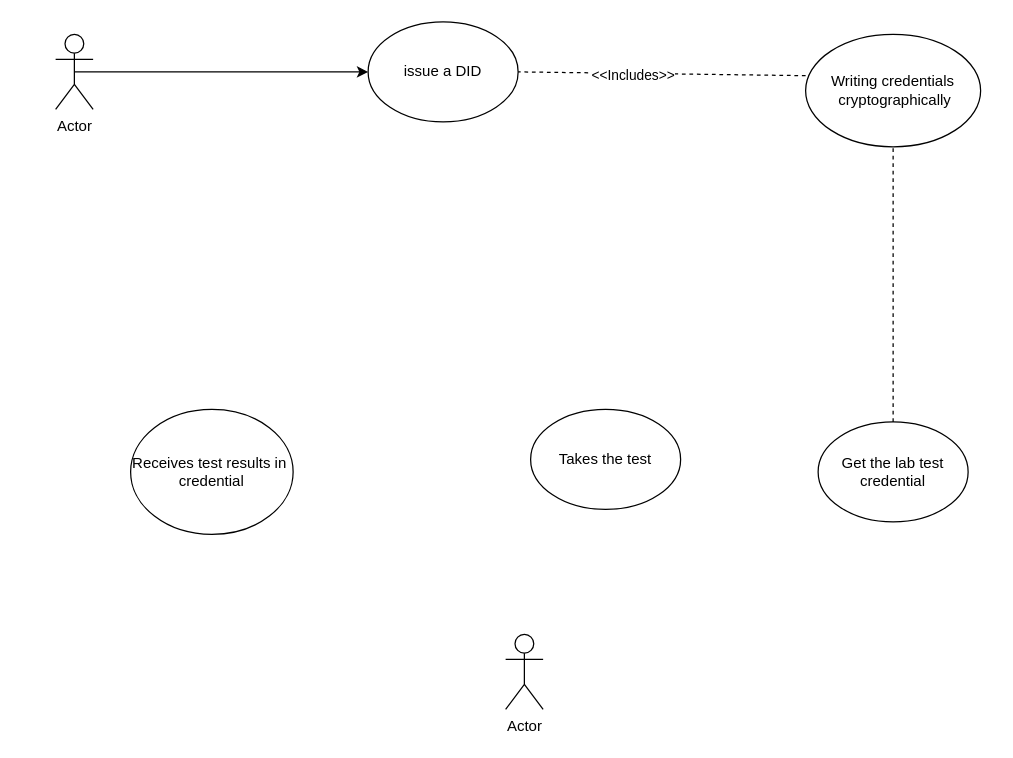
This is Untitled Diagram.drawio from danielmulangu/Equation, a draw.io file, before an edit. Source tidied: cells renumbered, new cells numbered last; positions are measured from the earlier drawing's top-left corner, leaving out a move shared by most shapes. Both pictures are drawn from the tidied source at 125%, with x=0, y=0 at pixel (55, 21).
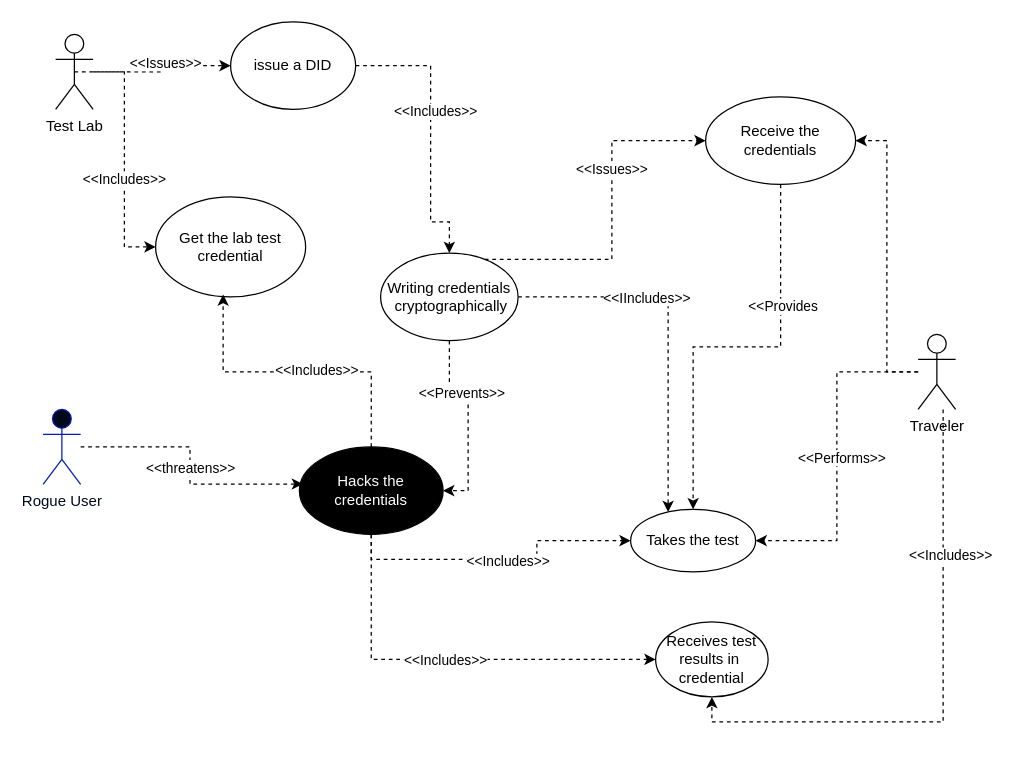
The same page after the edit.

Diff of the diagram source:
```diff
@@
-    <mxCell id="2" style="edgeStyle=orthogonalEdgeStyle;rounded=0;jettySize=auto;html=1;exitX=0.5;exitY=0.5;exitDx=0;exitDy=0;exitPerimeter=0;" parent="1" edge="1" source="3" target="4">
+    <mxCell id="2" style="edgeStyle=orthogonalEdgeStyle;rounded=0;jettySize=auto;html=1;exitX=0.5;exitY=0.5;exitDx=0;exitDy=0;exitPerimeter=0;dashed=1;" parent="1" edge="1" source="3" target="4">
       <mxGeometry relative="1" as="geometry" />
     </mxCell>
+    <mxCell id="13" value="&amp;lt;&amp;lt;Issues&amp;gt;&amp;gt;" style="edgeLabel;html=1;align=center;verticalAlign=middle;" parent="2" vertex="1">
+      <mxGeometry x="0.18" y="3" relative="1" as="geometry" />
+    </mxCell>
+    <mxCell id="14" style="edgeStyle=orthogonalEdgeStyle;rounded=0;jettySize=auto;html=1;entryX=0;entryY=0.5;entryDx=0;entryDy=0;dashed=1;" parent="1" edge="1" source="3" target="9">
+      <mxGeometry relative="1" as="geometry" />
+    </mxCell>
+    <mxCell id="15" value="&amp;lt;&amp;lt;Includes&amp;gt;&amp;gt;" style="edgeLabel;html=1;align=center;verticalAlign=middle;" parent="14" vertex="1">
+      <mxGeometry x="0.16" y="-1" relative="1" as="geometry" />
+    </mxCell>
-    <mxCell id="3" value="Actor" style="shape=umlActor;verticalLabelPosition=bottom;verticalAlign=top;html=1;outlineConnect=0;" parent="1" vertex="1">
+    <mxCell id="3" value="Test Lab" style="shape=umlActor;verticalLabelPosition=bottom;verticalAlign=top;html=1;outlineConnect=0;" parent="1" vertex="1">
       <mxGeometry y="10" width="30" height="60" as="geometry" />
     </mxCell>
     <mxCell id="4" value="issue a DID" style="ellipse;whiteSpace=wrap;html=1;" parent="1" vertex="1">
-      <mxGeometry x="250" width="120" height="80" as="geometry" />
+      <mxGeometry x="140" width="100" height="70" as="geometry" />
     </mxCell>
+    <mxCell id="16" style="edgeStyle=orthogonalEdgeStyle;rounded=0;jettySize=auto;html=1;entryX=1;entryY=0.5;entryDx=0;entryDy=0;dashed=1;" parent="1" edge="1" source="5" target="10">
+      <mxGeometry relative="1" as="geometry" />
+    </mxCell>
+    <mxCell id="17" value="&amp;lt;&amp;lt;Performs&amp;gt;&amp;gt;" style="edgeLabel;html=1;align=center;verticalAlign=middle;" parent="16" vertex="1">
+      <mxGeometry y="3" relative="1" as="geometry" />
+    </mxCell>
+    <mxCell id="18" style="edgeStyle=orthogonalEdgeStyle;rounded=0;jettySize=auto;html=1;entryX=0.5;entryY=1;entryDx=0;entryDy=0;dashed=1;" parent="1" edge="1" source="5" target="11">
+      <mxGeometry relative="1" as="geometry">
+        <Array as="points">
+          <mxPoint x="710" y="560" />
+          <mxPoint x="525" y="560" />
+        </Array>
+      </mxGeometry>
+    </mxCell>
+    <mxCell id="19" value="&amp;lt;&amp;lt;Includes&amp;gt;&amp;gt;" style="edgeLabel;html=1;align=center;verticalAlign=middle;" parent="18" vertex="1">
+      <mxGeometry x="-0.49" y="5" relative="1" as="geometry" />
+    </mxCell>
+    <mxCell id="20" style="edgeStyle=orthogonalEdgeStyle;rounded=0;jettySize=auto;html=1;entryX=1;entryY=0.5;entryDx=0;entryDy=0;dashed=1;" parent="1" edge="1" source="5" target="40">
+      <mxGeometry relative="1" as="geometry" />
+    </mxCell>
-    <mxCell id="5" value="Actor" style="shape=umlActor;verticalLabelPosition=bottom;verticalAlign=top;html=1;outlineConnect=0;" parent="1" vertex="1">
-      <mxGeometry x="360" y="490" width="30" height="60" as="geometry" />
+    <mxCell id="5" value="Traveler" style="shape=umlActor;verticalLabelPosition=bottom;verticalAlign=top;html=1;outlineConnect=0;" parent="1" vertex="1">
+      <mxGeometry x="690" y="250" width="30" height="60" as="geometry" />
     </mxCell>
-    <mxCell id="6" style="endArrow=none;dashed=1;html=1;rounded=0;entryX=1;entryY=0.5;entryDx=0;entryDy=0;exitX=0;exitY=0.367;exitDx=0;exitDy=0;exitPerimeter=0;" parent="1" edge="1" source="8" target="4">
-      <mxGeometry relative="1" as="geometry" />
-    </mxCell>
-    <mxCell id="7" value="&amp;lt;&amp;lt;Includes&amp;gt;&amp;gt;" style="edgeLabel;html=1;align=center;verticalAlign=middle;" parent="6" vertex="1">
-      <mxGeometry x="0.2" y="1" relative="1" as="geometry" />
-    </mxCell>
+    <mxCell id="21" style="edgeStyle=orthogonalEdgeStyle;rounded=0;jettySize=auto;html=1;entryX=1;entryY=0.5;entryDx=0;entryDy=0;dashed=1;" parent="1" edge="1" source="8" target="35">
+      <mxGeometry relative="1" as="geometry" />
+    </mxCell>
+    <mxCell id="22" value="&amp;lt;&amp;lt;Prevents&amp;gt;&amp;gt;" style="edgeLabel;html=1;align=center;verticalAlign=middle;" parent="21" vertex="1">
+      <mxGeometry x="-0.33" y="1" relative="1" as="geometry" />
+    </mxCell>
+    <mxCell id="23" style="edgeStyle=orthogonalEdgeStyle;rounded=0;jettySize=auto;html=1;dashed=1;" parent="1" edge="1" source="8" target="10">
+      <mxGeometry relative="1" as="geometry">
+        <Array as="points">
+          <mxPoint x="490" y="220" />
+        </Array>
+      </mxGeometry>
+    </mxCell>
+    <mxCell id="24" value="&amp;lt;&amp;lt;IIncludes&amp;gt;&amp;gt;" style="edgeLabel;html=1;align=center;verticalAlign=middle;" parent="23" vertex="1">
+      <mxGeometry x="-0.3" relative="1" as="geometry" />
+    </mxCell>
+    <mxCell id="25" style="edgeStyle=orthogonalEdgeStyle;rounded=0;jettySize=auto;html=1;entryX=0;entryY=0.5;entryDx=0;entryDy=0;dashed=1;" parent="1" edge="1" source="8" target="40">
+      <mxGeometry relative="1" as="geometry">
+        <Array as="points">
+          <mxPoint x="445" y="190" />
+          <mxPoint x="445" y="95" />
+        </Array>
+      </mxGeometry>
+    </mxCell>
+    <mxCell id="26" value="&amp;lt;&amp;lt;Issues&amp;gt;&amp;gt;" style="edgeLabel;html=1;align=center;verticalAlign=middle;" parent="25" vertex="1">
+      <mxGeometry x="0.28" y="1" relative="1" as="geometry" />
+    </mxCell>
     <mxCell id="8" value="Writing credentials &amp;nbsp;cryptographically" style="ellipse;whiteSpace=wrap;html=1;" parent="1" vertex="1">
-      <mxGeometry x="600" y="10" width="140" height="90" as="geometry" />
+      <mxGeometry x="260" y="185" width="110" height="70" as="geometry" />
     </mxCell>
     <mxCell id="9" value="Get the lab test credential" style="ellipse;whiteSpace=wrap;html=1;" parent="1" vertex="1">
-      <mxGeometry x="610" y="320" width="120" height="80" as="geometry" />
+      <mxGeometry x="80" y="140" width="120" height="80" as="geometry" />
     </mxCell>
     <mxCell id="10" value="Takes the test" style="ellipse;whiteSpace=wrap;html=1;" parent="1" vertex="1">
-      <mxGeometry x="380" y="310" width="120" height="80" as="geometry" />
+      <mxGeometry x="460" y="390" width="100" height="50" as="geometry" />
     </mxCell>
     <mxCell id="11" value="Receives test results in&amp;nbsp;&lt;br&gt;credential" style="ellipse;whiteSpace=wrap;html=1;" parent="1" vertex="1">
-      <mxGeometry x="60" y="310" width="130" height="100" as="geometry" />
+      <mxGeometry x="480" y="480" width="90" height="60" as="geometry" />
     </mxCell>
-    <mxCell id="12" style="endArrow=none;dashed=1;html=1;rounded=0;entryX=0.5;entryY=1;entryDx=0;entryDy=0;" parent="1" edge="1" target="8">
-      <mxGeometry relative="1" as="geometry">
-        <mxPoint x="670" y="320" as="sourcePoint" />
-        <Array as="points">
-          <mxPoint x="670" y="230" />
-        </Array>
-      </mxGeometry>
-    </mxCell>
+    <mxCell id="27" value="&lt;font color=&quot;#00091c&quot;&gt;Rogue User&lt;/font&gt;" style="shape=umlActor;verticalLabelPosition=bottom;verticalAlign=top;html=1;outlineConnect=0;fillColor=#00091C;fontColor=#ffffff;strokeColor=#001db7;" parent="1" vertex="1">
+      <mxGeometry x="-10" y="310" width="30" height="60" as="geometry" />
+    </mxCell>
+    <mxCell id="28" value="&amp;lt;&amp;lt;threatens&amp;gt;&amp;gt;" style="edgeStyle=orthogonalEdgeStyle;rounded=0;jettySize=auto;html=1;dashed=1;entryX=0.025;entryY=0.425;entryDx=0;entryDy=0;entryPerimeter=0;" parent="1" edge="1" source="27" target="35">
+      <mxGeometry relative="1" as="geometry" />
+    </mxCell>
+    <mxCell id="29" style="edgeStyle=orthogonalEdgeStyle;rounded=0;jettySize=auto;html=1;entryX=0.5;entryY=0;entryDx=0;entryDy=0;dashed=1;" parent="1" edge="1" source="4" target="8">
+      <mxGeometry relative="1" as="geometry">
+        <Array as="points">
+          <mxPoint x="300" y="35" />
+          <mxPoint x="300" y="160" />
+          <mxPoint x="315" y="160" />
+        </Array>
+      </mxGeometry>
+    </mxCell>
+    <mxCell id="30" value="&amp;lt;&amp;lt;Includes&amp;gt;&amp;gt;" style="edgeLabel;html=1;align=center;verticalAlign=middle;" parent="29" vertex="1">
+      <mxGeometry x="-0.15" y="3" relative="1" as="geometry" />
+    </mxCell>
+    <mxCell id="31" style="edgeStyle=orthogonalEdgeStyle;rounded=0;jettySize=auto;html=1;entryX=0;entryY=0.5;entryDx=0;entryDy=0;dashed=1;exitX=0.5;exitY=1;exitDx=0;exitDy=0;" parent="1" edge="1" source="35" target="11">
+      <mxGeometry relative="1" as="geometry" />
+    </mxCell>
+    <mxCell id="32" value="&amp;lt;&amp;lt;Includes&amp;gt;&amp;gt;" style="edgeLabel;html=1;align=center;verticalAlign=middle;" parent="31" vertex="1">
+      <mxGeometry x="-0.03" relative="1" as="geometry" />
+    </mxCell>
+    <mxCell id="33" style="edgeStyle=orthogonalEdgeStyle;rounded=0;jettySize=auto;html=1;entryX=0;entryY=0.5;entryDx=0;entryDy=0;dashed=1;exitX=0.5;exitY=1;exitDx=0;exitDy=0;" parent="1" edge="1" source="35" target="10">
+      <mxGeometry relative="1" as="geometry" />
+    </mxCell>
+    <mxCell id="34" value="&amp;lt;&amp;lt;Includes&amp;gt;&amp;gt;" style="edgeLabel;html=1;align=center;verticalAlign=middle;" parent="33" vertex="1">
+      <mxGeometry x="0.06" y="-1" relative="1" as="geometry" />
+    </mxCell>
+    <mxCell id="35" value="&lt;font color=&quot;#ffffff&quot;&gt;Hacks the credentials&lt;/font&gt;" style="ellipse;whiteSpace=wrap;html=1;fillColor=#000000;" parent="1" vertex="1">
+      <mxGeometry x="195" y="340" width="115" height="70" as="geometry" />
+    </mxCell>
+    <mxCell id="36" style="edgeStyle=orthogonalEdgeStyle;rounded=0;jettySize=auto;html=1;entryX=0.45;entryY=0.975;entryDx=0;entryDy=0;entryPerimeter=0;dashed=1;" parent="1" edge="1" source="35" target="9">
+      <mxGeometry relative="1" as="geometry" />
+    </mxCell>
+    <mxCell id="37" value="&amp;lt;&amp;lt;Includes&amp;gt;&amp;gt;" style="edgeLabel;html=1;align=center;verticalAlign=middle;" parent="36" vertex="1">
+      <mxGeometry x="-0.13" y="-2" relative="1" as="geometry">
+        <mxPoint x="1" as="offset" />
+      </mxGeometry>
+    </mxCell>
+    <mxCell id="38" style="edgeStyle=orthogonalEdgeStyle;rounded=0;jettySize=auto;html=1;dashed=1;" parent="1" edge="1" source="40" target="10">
+      <mxGeometry relative="1" as="geometry" />
+    </mxCell>
+    <mxCell id="39" value="&amp;lt;&amp;lt;Provides" style="edgeLabel;html=1;align=center;verticalAlign=middle;" parent="38" vertex="1">
+      <mxGeometry x="-0.41" y="1" relative="1" as="geometry" />
+    </mxCell>
+    <mxCell id="40" value="Receive the credentials" style="ellipse;whiteSpace=wrap;html=1;" parent="1" vertex="1">
+      <mxGeometry x="520" y="60" width="120" height="70" as="geometry" />
+    </mxCell>
```
